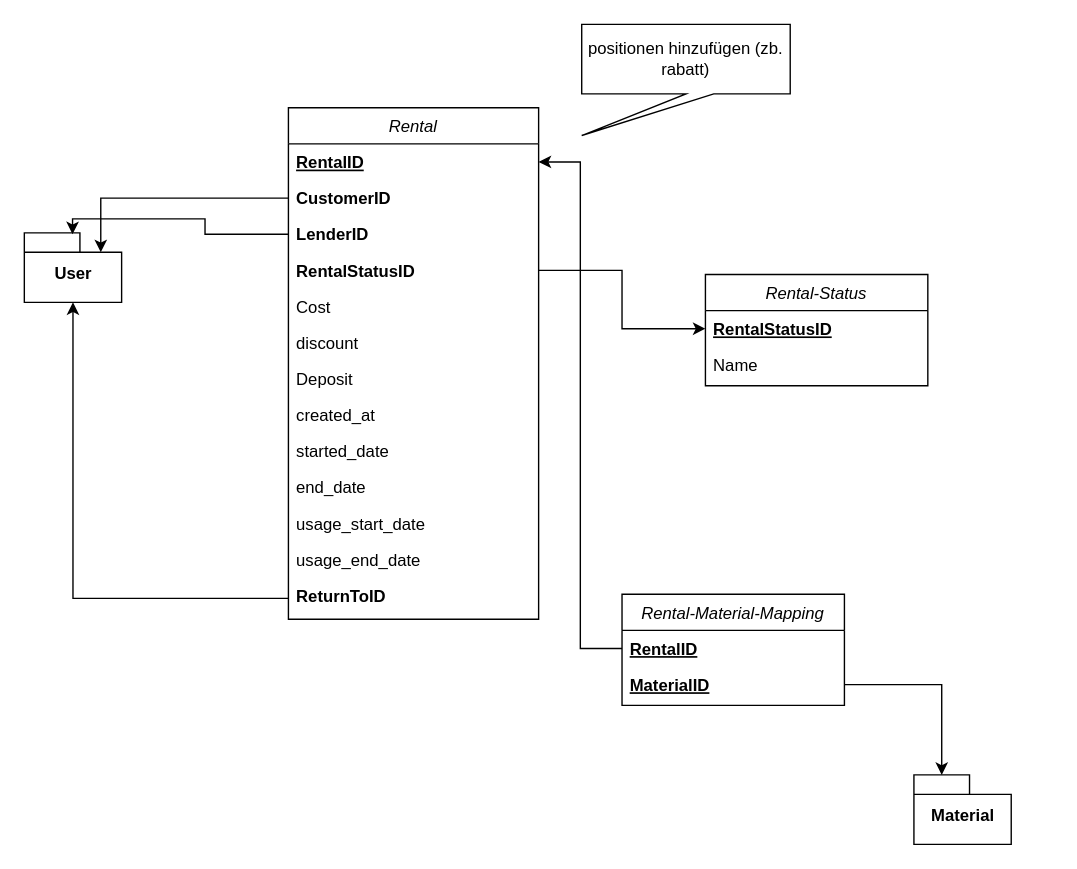
Earlier version of the draw.io diagram page "Rental Modul" (5 of 6) of docs/entity-relationship.drawio (jneuendorf/material-manager). Source tidied: cells renumbered, new cells numbered last; positions are measured from the earlier drawing's top-left corner, leaving out a move shared by most shapes. Both pictures are drawn from the tidied source at 139%, with x=0, y=0 at pixel (24, 24).
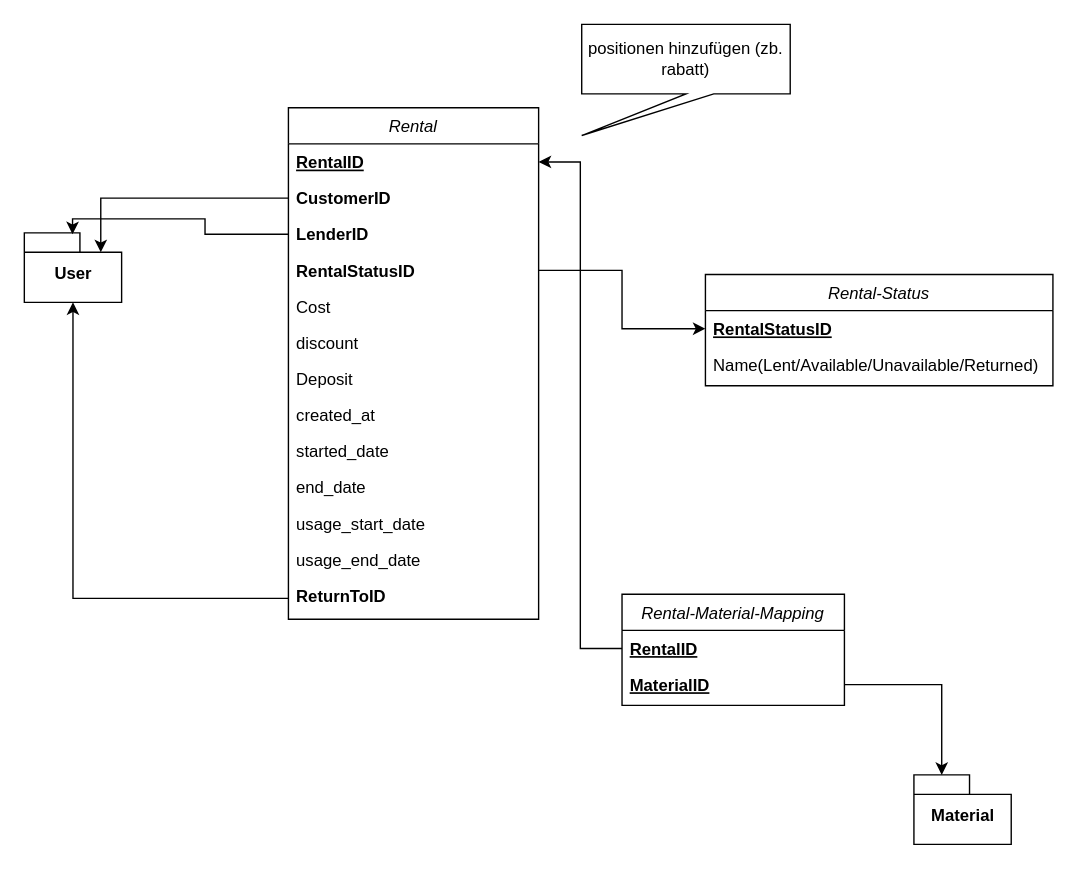
Above is the later version.

Commit message (it also covers changes not shown here):
changed draw.io and added data base name idea

Diff of the diagram source:
```diff
@@
     <mxCell id="16" value="Rental-Status" style="swimlane;fontStyle=2;align=center;verticalAlign=top;horizontal=1;startSize=26;rounded=0;shadow=0;strokeWidth=1;" parent="1" vertex="1">
-      <mxGeometry x="490" y="180" width="160" height="80" as="geometry" />
+      <mxGeometry x="490" y="180" width="250" height="80" as="geometry" />
     </mxCell>
     <mxCell id="17" value="RentalStatusID" style="text;align=left;verticalAlign=top;spacingLeft=4;spacingRight=4;overflow=hidden;points=[[0,0.5],[1,0.5]];portConstraint=eastwest;fontStyle=5;" parent="16" vertex="1">
-      <mxGeometry y="26" width="160" height="26" as="geometry" />
+      <mxGeometry y="26" width="250" height="26" as="geometry" />
     </mxCell>
-    <mxCell id="18" value="Name" style="text;align=left;verticalAlign=top;spacingLeft=4;spacingRight=4;overflow=hidden;rounded=0;shadow=0;html=0;" parent="16" vertex="1">
-      <mxGeometry y="52" width="160" height="26" as="geometry" />
+    <mxCell id="18" value="Name(Lent/Available/Unavailable/Returned)" style="text;align=left;verticalAlign=top;spacingLeft=4;spacingRight=4;overflow=hidden;rounded=0;shadow=0;html=0;" parent="16" vertex="1">
+      <mxGeometry y="52" width="250" height="26" as="geometry" />
     </mxCell>
```
